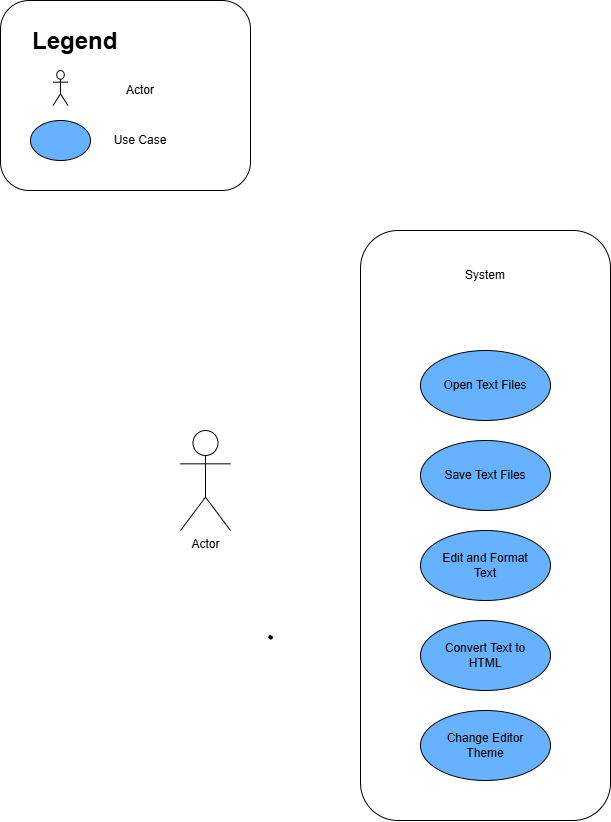
gabbaborjaa/gvsu-cis350-text_editors keeps this draw.io diagram as diagrams/Text-Editor_Use-Case.drawio.png. Above is the earlier version. Source tidied: cells renumbered, new cells last; positions are measured from the earlier drawing's top-left corner, leaving out a move shared by most shapes.
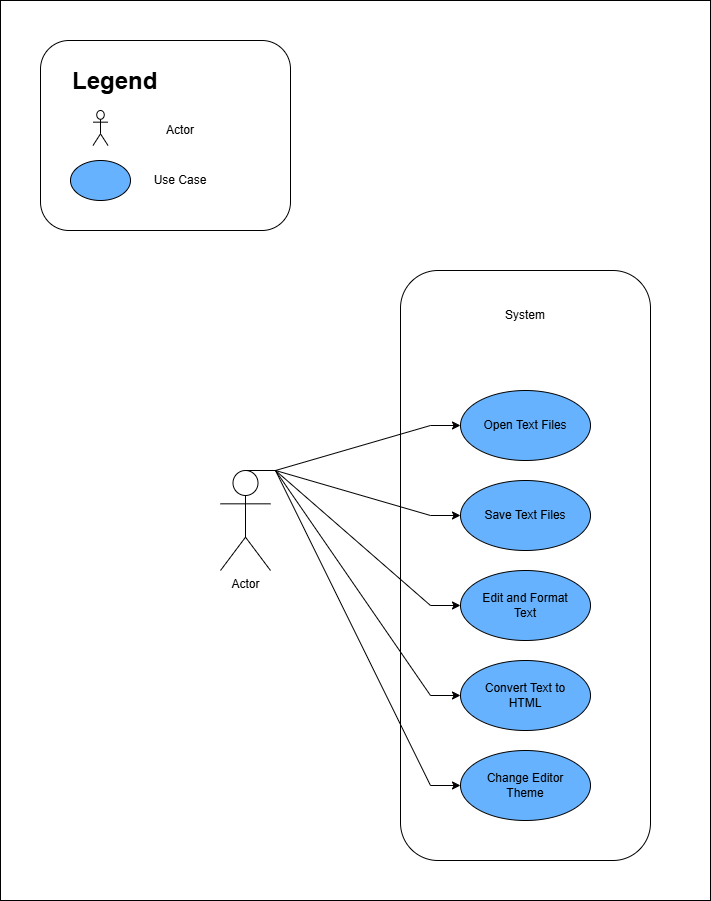
After the commit.

Commit message:
Updated Use Case

Diff of the diagram source:
```diff
@@ -3,8 +3,11 @@
     <mxCell id="0" />
     <mxCell id="1" parent="0" />
     <mxCell id="2" style="group;" parent="1" vertex="1">
-      <mxGeometry width="250" height="190" as="geometry" />
+      <mxGeometry width="670" height="860" as="geometry" />
     </mxCell>
+    <mxCell id="33" style="rounded=0;whiteSpace=wrap;html=1;" parent="2" vertex="1">
+      <mxGeometry x="-40" y="-40" width="710" height="900" as="geometry" />
+    </mxCell>
     <mxCell id="3" style="rounded=1;whiteSpace=wrap;html=1;" parent="2" vertex="1">
       <mxGeometry width="250" height="190" as="geometry" />
     </mxCell>
@@ -92,8 +95,20 @@
     <mxCell id="31" style="edgeStyle=orthogonalEdgeStyle;rounded=0;orthogonalLoop=1;jettySize=auto;html=1;exitX=0.5;exitY=1;exitDx=0;exitDy=0;" parent="28" edge="1" source="30" target="30">
       <mxGeometry relative="1" as="geometry" />
     </mxCell>
-    <mxCell id="32" style="shape=(stored shape, 640 characters);lineShape=1;strokeColor=default;" parent="1" vertex="1">
-      <mxGeometry x="268.2" y="634.9" width="3.5" height="3.5" as="geometry" />
-    </mxCell>
+    <mxCell id="34" style="rounded=0;jettySize=auto;html=1;exitX=0.5;exitY=0;exitDx=0;exitDy=0;exitPerimeter=0;edgeStyle=entityRelationEdgeStyle;elbow=vertical;entryX=0;entryY=0.5;entryDx=0;entryDy=0;" parent="1" edge="1" source="9" target="13">
+      <mxGeometry relative="1" as="geometry" />
+    </mxCell>
+    <mxCell id="35" style="edgeStyle=entityRelationEdgeStyle;rounded=0;jettySize=auto;html=1;exitX=0.5;exitY=0;exitDx=0;exitDy=0;exitPerimeter=0;entryX=0;entryY=0.5;entryDx=0;entryDy=0;" parent="1" edge="1" source="9" target="21">
+      <mxGeometry relative="1" as="geometry" />
+    </mxCell>
+    <mxCell id="36" style="edgeStyle=entityRelationEdgeStyle;rounded=0;jettySize=auto;html=1;exitX=0.5;exitY=0;exitDx=0;exitDy=0;exitPerimeter=0;entryX=0;entryY=0.5;entryDx=0;entryDy=0;" parent="1" edge="1" source="9" target="17">
+      <mxGeometry relative="1" as="geometry" />
+    </mxCell>
+    <mxCell id="37" style="edgeStyle=entityRelationEdgeStyle;rounded=0;jettySize=auto;html=1;exitX=0.5;exitY=0;exitDx=0;exitDy=0;exitPerimeter=0;entryX=0;entryY=0.5;entryDx=0;entryDy=0;" parent="1" edge="1" source="9" target="25">
+      <mxGeometry relative="1" as="geometry" />
+    </mxCell>
+    <mxCell id="38" style="edgeStyle=entityRelationEdgeStyle;rounded=0;jettySize=auto;html=1;exitX=0.5;exitY=0;exitDx=0;exitDy=0;exitPerimeter=0;entryX=0;entryY=0.5;entryDx=0;entryDy=0;" parent="1" edge="1" source="9" target="29">
+      <mxGeometry relative="1" as="geometry" />
+    </mxCell>
   </root>
 </mxGraphModel>
```
